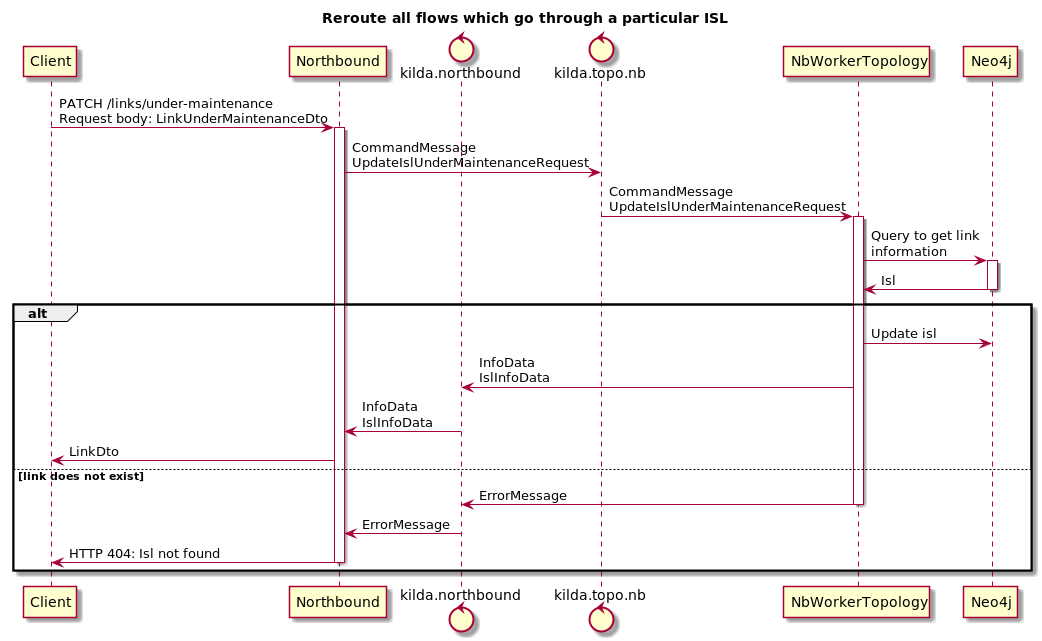
The PlantUML diagram docs/design/usecase/link-update-under-maintenance.png in telstra/open-kilda, before a commit.
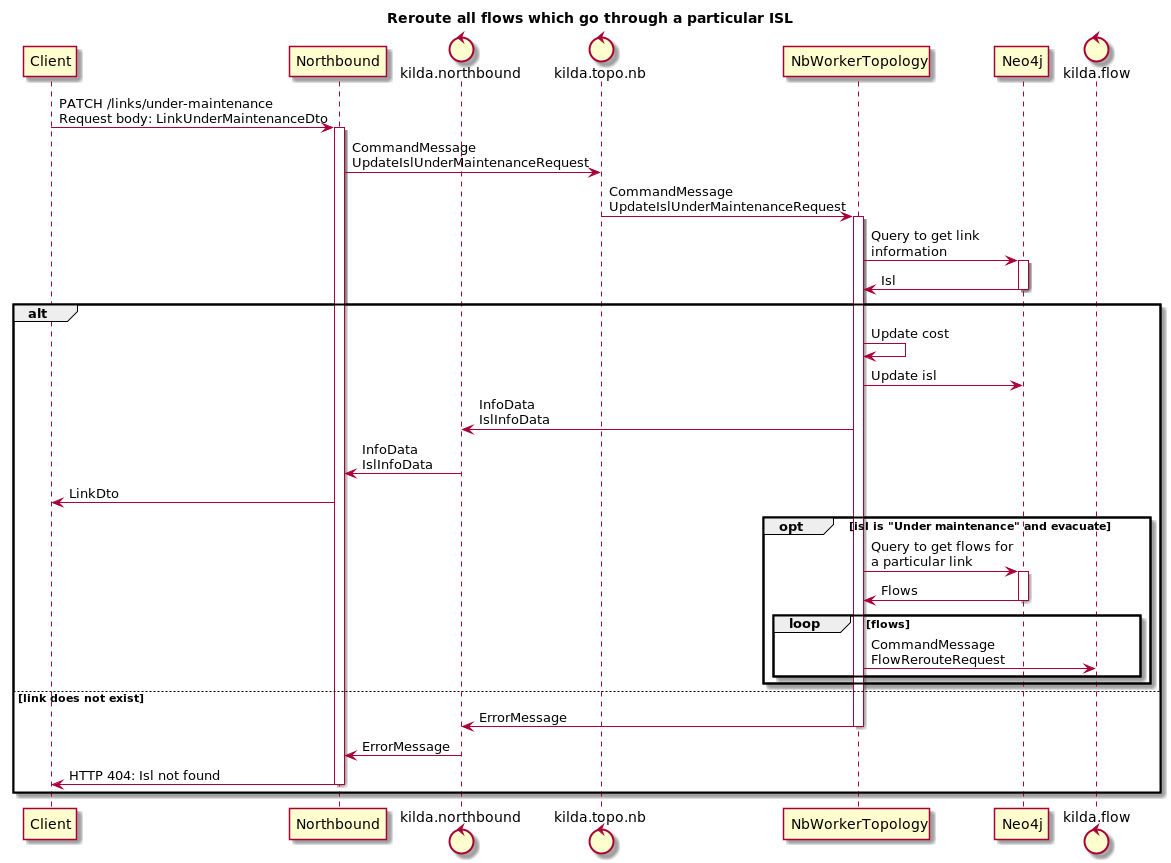
The same file after the commit.

The edit, as a diff of the source:
```diff
@@ -11,6 +11,8 @@
 participant NbWorkerTopology
 
 participant Neo4j
+
+control kilda.flow
 
 Client -> Northbound : PATCH /links/under-maintenance\nRequest body: LinkUnderMaintenanceDto
 
@@ -26,10 +28,21 @@
 
 alt
 
+NbWorkerTopology -> NbWorkerTopology : Update cost
 NbWorkerTopology -> Neo4j : Update isl
 NbWorkerTopology -> kilda.northbound : InfoData\nIslInfoData
 kilda.northbound -> Northbound : InfoData\nIslInfoData
 Northbound -> Client : LinkDto
+
+opt isl is "Under maintenance" and evacuate
+NbWorkerTopology -> Neo4j : Query to get flows for\na particular link
+activate Neo4j
+Neo4j -> NbWorkerTopology : Flows
+deactivate Neo4j
+loop flows
+    NbWorkerTopology -> kilda.flow : CommandMessage\nFlowRerouteRequest
+end
+end
 
 else link does not exist
 
```
